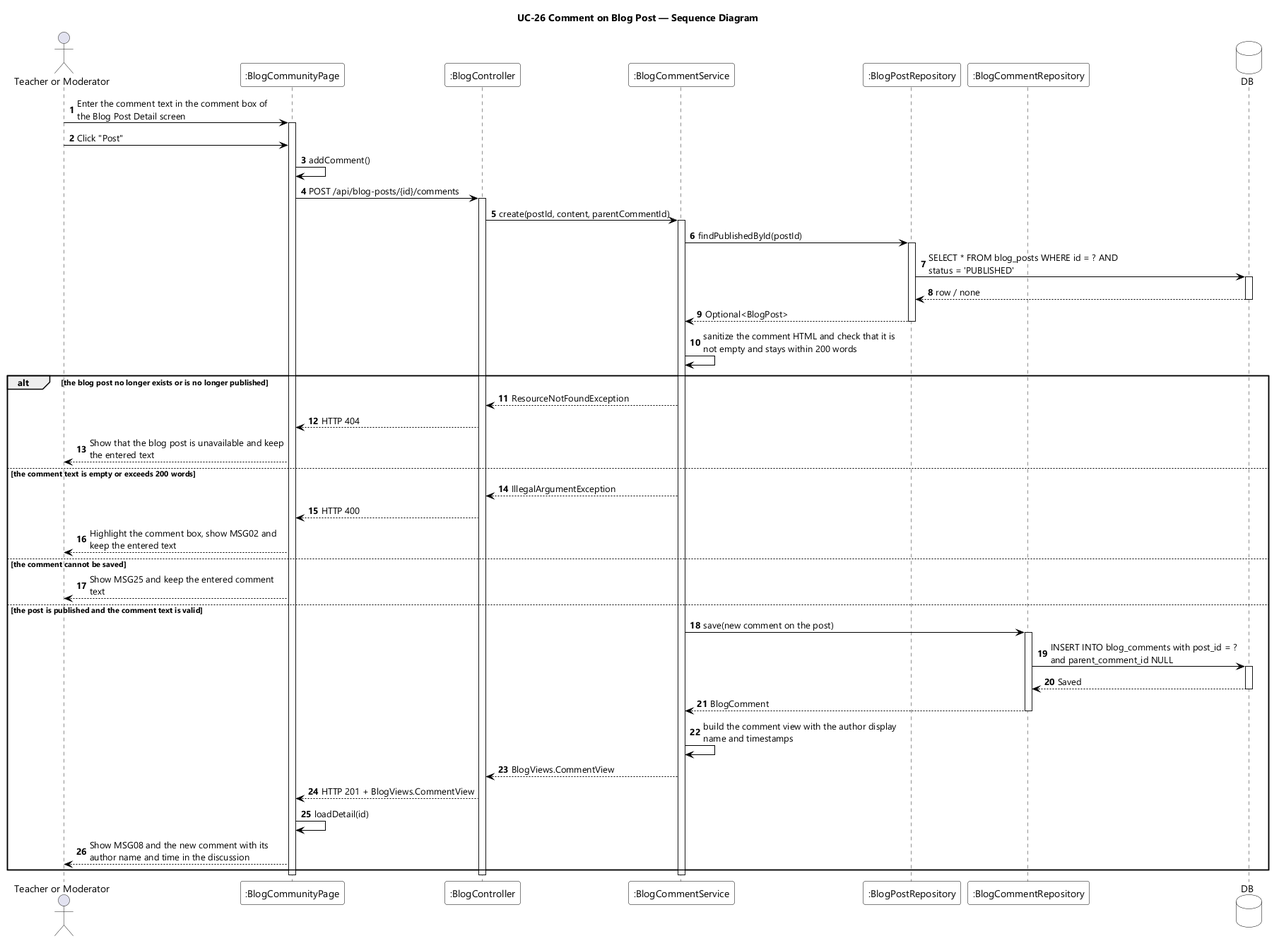
Earlier version of the PlantUML export designs/sds-diagrams/uc26/uc26-sequence-diagram.png (EduA-system/EduA-system).
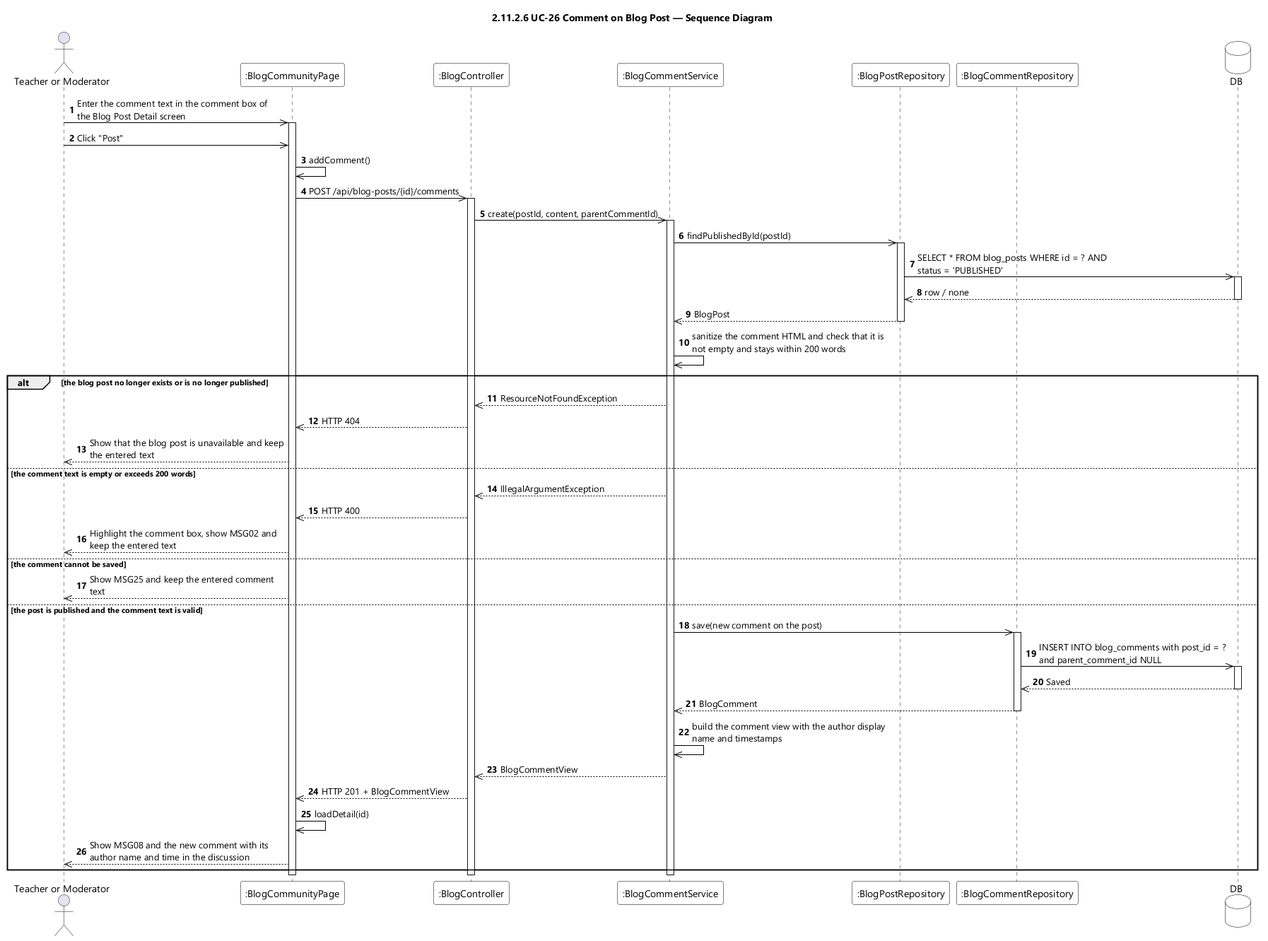
Later version of the same file.

Change to the diagram source:
```diff
@@ -9,7 +9,7 @@
 skinparam ArrowColor #000000
 skinparam sequenceMessageAlign left
 skinparam maxMessageSize 280
-title UC-26 Comment on Blog Post — Sequence Diagram
+title 2.11.2.6 UC-26 Comment on Blog Post — Sequence Diagram
 
 actor "Teacher or Moderator" as User
 participant ":BlogCommunityPage" as UI
@@ -20,51 +20,51 @@
 database DB
 
 autonumber
-User -> UI : Enter the comment text in the comment box of the Blog Post Detail screen
+User ->> UI : Enter the comment text in the comment box of the Blog Post Detail screen
 activate UI
-User -> UI : Click "Post"
-UI -> UI : addComment()
-UI -> CTL : POST /api/blog-posts/{id}/comments
+User ->> UI : Click "Post"
+UI ->> UI : addComment()
+UI ->> CTL : POST /api/blog-posts/{id}/comments
 activate CTL
-CTL -> SVC : create(postId, content, parentCommentId)
+CTL ->> SVC : create(postId, content, parentCommentId)
 activate SVC
-SVC -> POSTS : findPublishedById(postId)
+SVC ->> POSTS : findPublishedById(postId)
 activate POSTS
-POSTS -> DB : SELECT * FROM blog_posts WHERE id = ? AND status = 'PUBLISHED'
+POSTS ->> DB : SELECT * FROM blog_posts WHERE id = ? AND status = 'PUBLISHED'
 activate DB
-DB --> POSTS : row / none
+DB -->> POSTS : row / none
 deactivate DB
-POSTS --> SVC : Optional<BlogPost>
+POSTS -->> SVC : BlogPost
 deactivate POSTS
-SVC -> SVC : sanitize the comment HTML and check that it is not empty and stays within 200 words
+SVC ->> SVC : sanitize the comment HTML and check that it is not empty and stays within 200 words
 
 alt the blog post no longer exists or is no longer published
-  SVC --> CTL : ResourceNotFoundException
-  CTL --> UI : HTTP 404
-  UI --> User : Show that the blog post is unavailable and keep the entered text
+  SVC -->> CTL : ResourceNotFoundException
+  CTL -->> UI : HTTP 404
+  UI -->> User : Show that the blog post is unavailable and keep the entered text
 
 else the comment text is empty or exceeds 200 words
-  SVC --> CTL : IllegalArgumentException
-  CTL --> UI : HTTP 400
-  UI --> User : Highlight the comment box, show MSG02 and keep the entered text
+  SVC -->> CTL : IllegalArgumentException
+  CTL -->> UI : HTTP 400
+  UI -->> User : Highlight the comment box, show MSG02 and keep the entered text
 
 else the comment cannot be saved
-  UI --> User : Show MSG25 and keep the entered comment text
+  UI -->> User : Show MSG25 and keep the entered comment text
 
 else the post is published and the comment text is valid
-  SVC -> COMMENTS : save(new comment on the post)
+  SVC ->> COMMENTS : save(new comment on the post)
   activate COMMENTS
-  COMMENTS -> DB : INSERT INTO blog_comments with post_id = ? and parent_comment_id NULL
+  COMMENTS ->> DB : INSERT INTO blog_comments with post_id = ? and parent_comment_id NULL
   activate DB
-  DB --> COMMENTS : Saved
+  DB -->> COMMENTS : Saved
   deactivate DB
-  COMMENTS --> SVC : BlogComment
+  COMMENTS -->> SVC : BlogComment
   deactivate COMMENTS
-  SVC -> SVC : build the comment view with the author display name and timestamps
-  SVC --> CTL : BlogViews.CommentView
-  CTL --> UI : HTTP 201 + BlogViews.CommentView
-  UI -> UI : loadDetail(id)
-  UI --> User : Show MSG08 and the new comment with its author name and time in the discussion
+  SVC ->> SVC : build the comment view with the author display name and timestamps
+  SVC -->> CTL : BlogCommentView
+  CTL -->> UI : HTTP 201 + BlogCommentView
+  UI ->> UI : loadDetail(id)
+  UI -->> User : Show MSG08 and the new comment with its author name and time in the discussion
 end
 deactivate SVC
 deactivate CTL
```
